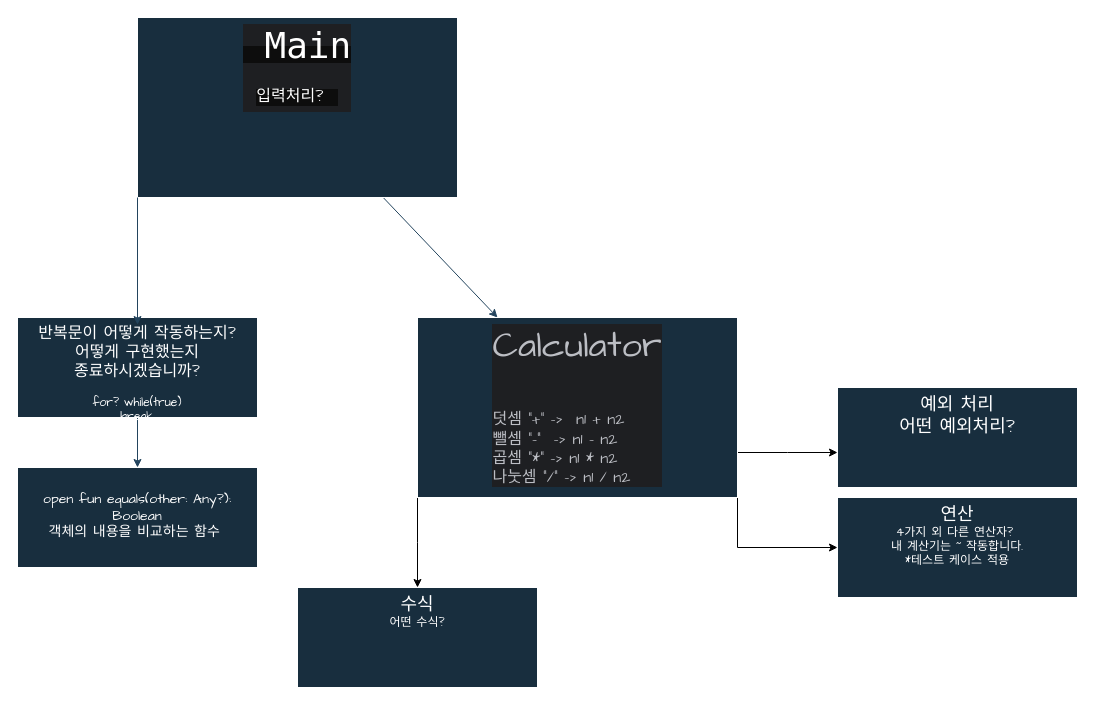
The draw.io diagram 제목 없는 다이어그램.drawio in DanDanjoo/Kotlin-Git, before the edit. Source tidied: cells renumbered, new cells numbered last; positions are measured from the earlier drawing's top-left corner, leaving out a move shared by most shapes. Both pictures are drawn from the tidied source at 100%, with x=0, y=0 at pixel (17, 17).
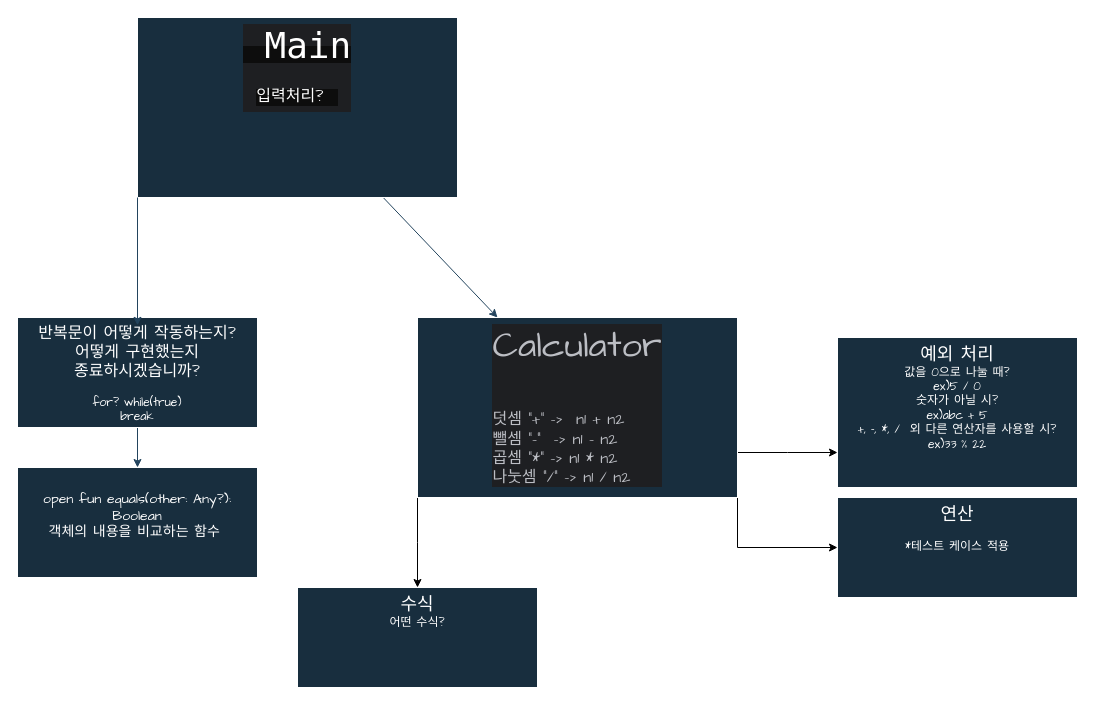
The same page after the edit.

What changed in the source:
```diff
@@
 <mxGraphModel>
   <root>
     <mxCell id="0" />
     <mxCell id="1" parent="0" />
     <mxCell id="2" style="edgeStyle=none;rounded=0;jettySize=auto;html=1;entryX=0.25;entryY=0;entryDx=0;entryDy=0;strokeColor=#23445D;" parent="1" edge="1" source="3" target="7">
       <mxGeometry relative="1" as="geometry" />
     </mxCell>
     <mxCell id="3" value="&lt;div style=&quot;background-color:#1e1f22;color:#bcbec4&quot;&gt;&lt;div style=&quot;&quot;&gt;&lt;span style=&quot;color: rgb(255, 255, 255); text-align: left; white-space: pre; background-color: rgb(13, 13, 13);&quot;&gt;&lt;font style=&quot;font-size: 36px;&quot;&gt;&lt;font face=&quot;Söhne Mono, Monaco, Andale Mono, Ubuntu Mono, monospace&quot;&gt; Main&lt;/font&gt;&lt;/font&gt;&lt;/span&gt;&lt;/div&gt;&lt;div style=&quot;&quot;&gt;&lt;span style=&quot;color: rgb(255, 255, 255); text-align: left; white-space: pre; background-color: rgb(13, 13, 13);&quot;&gt;&lt;font style=&quot;&quot;&gt;&lt;font style=&quot;&quot; face=&quot;Comic Sans MS&quot;&gt;&lt;font size=&quot;3&quot;&gt;입력처리?&lt;/font&gt;&lt;span style=&quot;font-size: 36px;&quot;&gt; &lt;/span&gt;&lt;/font&gt;&lt;/font&gt;&lt;/span&gt;&lt;br&gt;&lt;/div&gt;&lt;/div&gt;" style="whiteSpace=wrap;html=1;fillColor=#182E3E;strokeColor=#FFFFFF;align=center;labelBackgroundColor=none;fontColor=#FFFFFF;fontFamily=Comic Sans MS;verticalAlign=top;strokeWidth=1;" parent="1" vertex="1">
       <mxGeometry x="120" width="320" height="180" as="geometry" />
     </mxCell>
     <mxCell id="4" style="edgeStyle=orthogonalEdgeStyle;rounded=0;jettySize=auto;html=1;exitX=0;exitY=1;exitDx=0;exitDy=0;" parent="1" edge="1" source="7">
       <mxGeometry relative="1" as="geometry">
         <mxPoint x="400" y="570" as="targetPoint" />
       </mxGeometry>
     </mxCell>
     <mxCell id="5" style="edgeStyle=orthogonalEdgeStyle;rounded=0;jettySize=auto;html=1;exitX=1;exitY=0.75;exitDx=0;exitDy=0;" parent="1" edge="1" source="7">
       <mxGeometry relative="1" as="geometry">
         <mxPoint x="820" y="435" as="targetPoint" />
       </mxGeometry>
     </mxCell>
     <mxCell id="6" style="edgeStyle=orthogonalEdgeStyle;rounded=0;jettySize=auto;html=1;exitX=1;exitY=1;exitDx=0;exitDy=0;" parent="1" edge="1" source="7" target="15">
       <mxGeometry relative="1" as="geometry" />
     </mxCell>
     <mxCell id="7" value="&lt;div style=&quot;background-color:#1e1f22;color:#bcbec4&quot;&gt;&lt;div style=&quot;&quot;&gt;&lt;font style=&quot;font-size: 36px;&quot;&gt;Calculator&lt;/font&gt;&lt;/div&gt;&lt;div style=&quot;&quot;&gt;&lt;font style=&quot;font-size: 36px;&quot;&gt;&lt;br&gt;&lt;/font&gt;&lt;/div&gt;&lt;div style=&quot;text-align: left;&quot;&gt;&lt;font size=&quot;3&quot;&gt;덧셈 &quot;+&quot; -&amp;gt;&amp;nbsp; n1 + n2&lt;/font&gt;&lt;/div&gt;&lt;div style=&quot;text-align: left;&quot;&gt;&lt;font size=&quot;3&quot;&gt;뺄셈 &quot;-&quot;&amp;nbsp; -&amp;gt; n1 - n2&lt;/font&gt;&lt;/div&gt;&lt;div style=&quot;text-align: left;&quot;&gt;&lt;font size=&quot;3&quot;&gt;곱셈 &quot;*&quot; -&amp;gt; n1 * n2&lt;/font&gt;&lt;/div&gt;&lt;div style=&quot;text-align: left;&quot;&gt;&lt;font size=&quot;3&quot;&gt;나눗셈 &quot;/&quot; -&amp;gt; n1 / n2&lt;/font&gt;&lt;/div&gt;&lt;/div&gt;" style="whiteSpace=wrap;html=1;fillColor=#182E3E;strokeColor=#FFFFFF;align=center;labelBackgroundColor=none;fontColor=#FFFFFF;fontFamily=Comic Sans MS;verticalAlign=top;strokeWidth=1;" parent="1" vertex="1">
       <mxGeometry x="400" y="300" width="320" height="180" as="geometry" />
     </mxCell>
     <mxCell id="8" style="edgeStyle=none;rounded=0;jettySize=auto;html=1;exitX=0.5;exitY=1;exitDx=0;exitDy=0;entryX=0.5;entryY=0;entryDx=0;entryDy=0;strokeColor=#23445D;fontFamily=Comic Sans MS;" parent="1" edge="1" source="9" target="10">
       <mxGeometry relative="1" as="geometry" />
     </mxCell>
     <mxCell id="9" value="&lt;div&gt;&lt;span style=&quot;font-size: medium; background-color: initial;&quot;&gt;반복문이 어떻게 작동하는지?&lt;/span&gt;&lt;br&gt;&lt;/div&gt;&lt;div&gt;&lt;span style=&quot;font-size: medium; background-color: initial;&quot;&gt;어떻게 구현했는지&lt;/span&gt;&lt;/div&gt;&lt;div&gt;&lt;font size=&quot;3&quot;&gt;종료하시겠습니까?&lt;/font&gt;&lt;/div&gt;&lt;div&gt;&lt;br&gt;&lt;/div&gt;&lt;div&gt;for? while(true)&lt;/div&gt;&lt;div&gt;&lt;span style=&quot;background-color: initial;&quot;&gt;break&lt;/span&gt;&lt;br&gt;&lt;/div&gt;" style="whiteSpace=wrap;html=1;fillColor=#182E3E;strokeColor=#FFFFFF;align=center;labelBackgroundColor=none;fontColor=#FFFFFF;fontFamily=Comic Sans MS;verticalAlign=top;strokeWidth=1;" parent="1" vertex="1">
-      <mxGeometry y="300" width="240" height="100" as="geometry" />
+      <mxGeometry y="300" width="240" height="110" as="geometry" />
     </mxCell>
     <mxCell id="10" value="&lt;div&gt;&lt;font style=&quot;font-size: 14px;&quot;&gt;&lt;br&gt;&lt;/font&gt;&lt;/div&gt;&lt;div&gt;&lt;font style=&quot;font-size: 14px;&quot;&gt;open fun equals(other: Any?): Boolean&lt;/font&gt;&lt;br&gt;&lt;/div&gt;&lt;div&gt;&lt;font style=&quot;font-size: 14px;&quot;&gt;객체의 내용을 비교하는 함수&amp;nbsp;&lt;/font&gt;&lt;/div&gt;" style="whiteSpace=wrap;html=1;fillColor=#182E3E;strokeColor=#FFFFFF;align=center;labelBackgroundColor=none;fontColor=#FFFFFF;fontFamily=Comic Sans MS;verticalAlign=top;strokeWidth=1;" parent="1" vertex="1">
-      <mxGeometry y="450" width="240" height="100" as="geometry" />
+      <mxGeometry y="450" width="240" height="110" as="geometry" />
     </mxCell>
     <mxCell id="11" style="edgeStyle=none;rounded=0;orthogonalLoop=1;jettySize=auto;html=1;exitX=1;exitY=1;exitDx=0;exitDy=0;strokeColor=#23445D;fontFamily=Comic Sans MS;" parent="1" edge="1" source="10" target="10">
       <mxGeometry relative="1" as="geometry" />
     </mxCell>
     <mxCell id="12" style="edgeStyle=none;rounded=0;orthogonalLoop=1;jettySize=auto;html=1;exitX=0.5;exitY=1;exitDx=0;exitDy=0;strokeColor=#23445D;fontFamily=Comic Sans MS;" parent="1" edge="1" source="10" target="10">
       <mxGeometry relative="1" as="geometry" />
     </mxCell>
     <mxCell id="13" style="edgeStyle=none;rounded=0;jettySize=auto;html=1;exitX=0;exitY=1;exitDx=0;exitDy=0;entryX=0.5;entryY=0.071;entryDx=0;entryDy=0;entryPerimeter=0;strokeColor=#23445D;fontFamily=Comic Sans MS;" parent="1" edge="1" source="3" target="9">
       <mxGeometry relative="1" as="geometry" />
     </mxCell>
     <mxCell id="14" value="&lt;font style=&quot;font-size: 18px;&quot;&gt;수식&lt;/font&gt;&lt;div&gt;어떤 수식?&lt;/div&gt;" style="whiteSpace=wrap;html=1;fillColor=#182E3E;strokeColor=#FFFFFF;align=center;labelBackgroundColor=none;fontColor=#FFFFFF;fontFamily=Comic Sans MS;verticalAlign=top;strokeWidth=1;" parent="1" vertex="1">
       <mxGeometry x="280" y="570" width="240" height="100" as="geometry" />
     </mxCell>
-    <mxCell id="15" value="&lt;div&gt;&lt;font style=&quot;font-size: 18px;&quot;&gt;연&lt;/font&gt;&lt;font style=&quot;font-size: 18px;&quot;&gt;산&lt;/font&gt;&lt;/div&gt;&lt;div&gt;&lt;font style=&quot;font-size: 12px;&quot;&gt;4가지 외 다른 연산자?&amp;nbsp;&lt;/font&gt;&lt;/div&gt;&lt;div&gt;&lt;font style=&quot;font-size: 12px;&quot;&gt;내 계산기는 ~ 작동합니다.&lt;/font&gt;&lt;/div&gt;&lt;div&gt;&lt;font style=&quot;font-size: 12px;&quot;&gt;*테스트 케이스 적용&lt;/font&gt;&lt;/div&gt;&lt;div&gt;&lt;br&gt;&lt;/div&gt;" style="whiteSpace=wrap;html=1;fillColor=#182E3E;strokeColor=#FFFFFF;align=center;labelBackgroundColor=none;fontColor=#FFFFFF;fontFamily=Comic Sans MS;verticalAlign=top;strokeWidth=1;" parent="1" vertex="1">
+    <mxCell id="15" value="&lt;div&gt;&lt;font style=&quot;font-size: 18px;&quot;&gt;연&lt;/font&gt;&lt;font style=&quot;font-size: 18px;&quot;&gt;산&lt;/font&gt;&lt;/div&gt;&lt;div&gt;&lt;span style=&quot;background-color: initial;&quot;&gt;&amp;nbsp;&lt;/span&gt;&lt;/div&gt;&lt;div&gt;&lt;font style=&quot;font-size: 12px;&quot;&gt;*테스트 케이스 적용&lt;/font&gt;&lt;/div&gt;&lt;div&gt;&lt;br&gt;&lt;/div&gt;" style="whiteSpace=wrap;html=1;fillColor=#182E3E;strokeColor=#FFFFFF;align=center;labelBackgroundColor=none;fontColor=#FFFFFF;fontFamily=Comic Sans MS;verticalAlign=top;strokeWidth=1;" parent="1" vertex="1">
       <mxGeometry x="820" y="480" width="240" height="100" as="geometry" />
     </mxCell>
-    <mxCell id="16" value="&lt;font style=&quot;font-size: 18px;&quot;&gt;예외 처리&lt;/font&gt;&lt;div&gt;&lt;font style=&quot;font-size: 18px;&quot;&gt;어떤 예외처리?&lt;/font&gt;&lt;/div&gt;" style="whiteSpace=wrap;html=1;fillColor=#182E3E;strokeColor=#FFFFFF;align=center;labelBackgroundColor=none;fontColor=#FFFFFF;fontFamily=Comic Sans MS;verticalAlign=top;strokeWidth=1;" parent="1" vertex="1">
-      <mxGeometry x="820" y="370" width="240" height="100" as="geometry" />
+    <mxCell id="16" value="&lt;font style=&quot;font-size: 18px;&quot;&gt;예외 처리&lt;/font&gt;&lt;div&gt;&lt;font style=&quot;font-size: 12px;&quot;&gt;값을 0으로 나눌 때?&lt;/font&gt;&lt;/div&gt;&lt;div&gt;&lt;font style=&quot;font-size: 12px;&quot;&gt;ex)5 / 0&lt;/font&gt;&lt;/div&gt;&lt;div&gt;숫자가 아닐 시?&lt;/div&gt;&lt;div&gt;ex)abc + 5&lt;/div&gt;&lt;div&gt;&lt;div&gt;+, -, *, /&amp;nbsp;&lt;span style=&quot;background-color: initial;&quot;&gt;&amp;nbsp;외 다른 연산자를 사용할 시?&lt;/span&gt;&lt;/div&gt;&lt;div&gt;&lt;span style=&quot;background-color: initial;&quot;&gt;ex)33 % 22&lt;/span&gt;&lt;/div&gt;&lt;/div&gt;&lt;div&gt;&lt;font style=&quot;font-size: 12px;&quot;&gt;&lt;br&gt;&lt;/font&gt;&lt;/div&gt;" style="whiteSpace=wrap;html=1;fillColor=#182E3E;strokeColor=#FFFFFF;align=center;labelBackgroundColor=none;fontColor=#FFFFFF;fontFamily=Comic Sans MS;verticalAlign=top;strokeWidth=1;" parent="1" vertex="1">
+      <mxGeometry x="820" y="320" width="240" height="150" as="geometry" />
     </mxCell>
   </root>
 </mxGraphModel>
```
